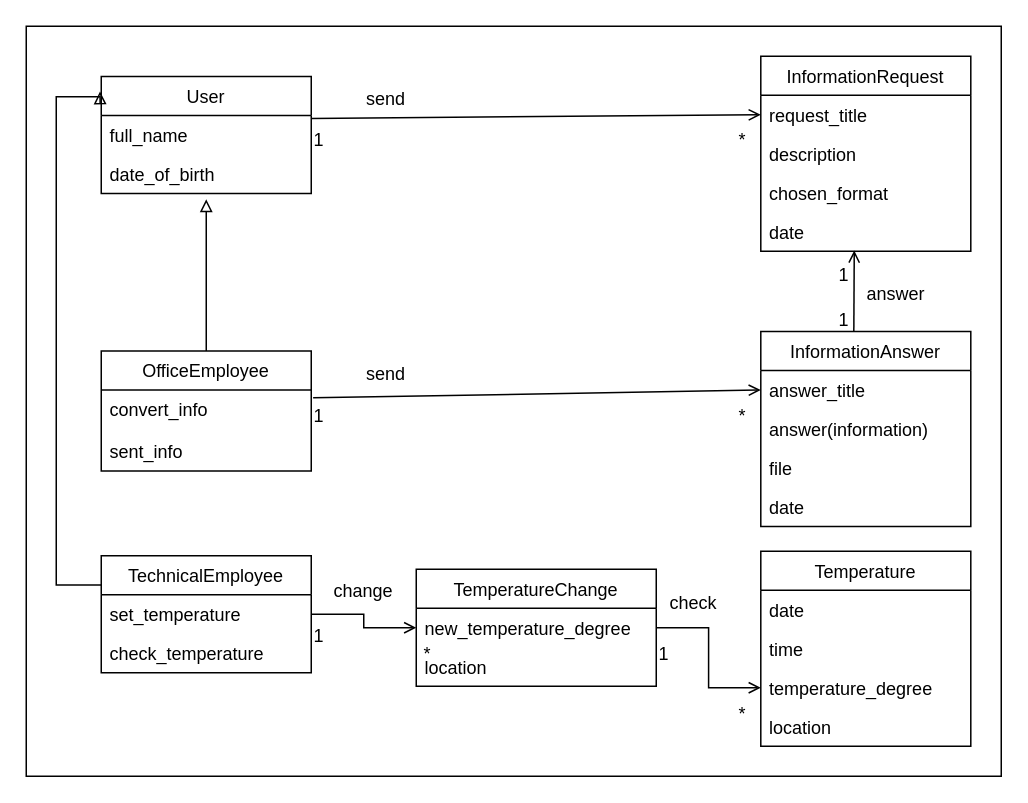
This is 2-SoftwareDesign/2.1-UMLConceptClasses/UMLConceptClasses.drawio from oleksandrblazhko/ai-213-gavrosh, a draw.io file, before an edit. Source tidied: cells renumbered, new cells numbered last; positions are measured from the earlier drawing's top-left corner, leaving out a move shared by most shapes. Both pictures are drawn from the tidied source at 150%, with x=0, y=0 at pixel (26, 26).
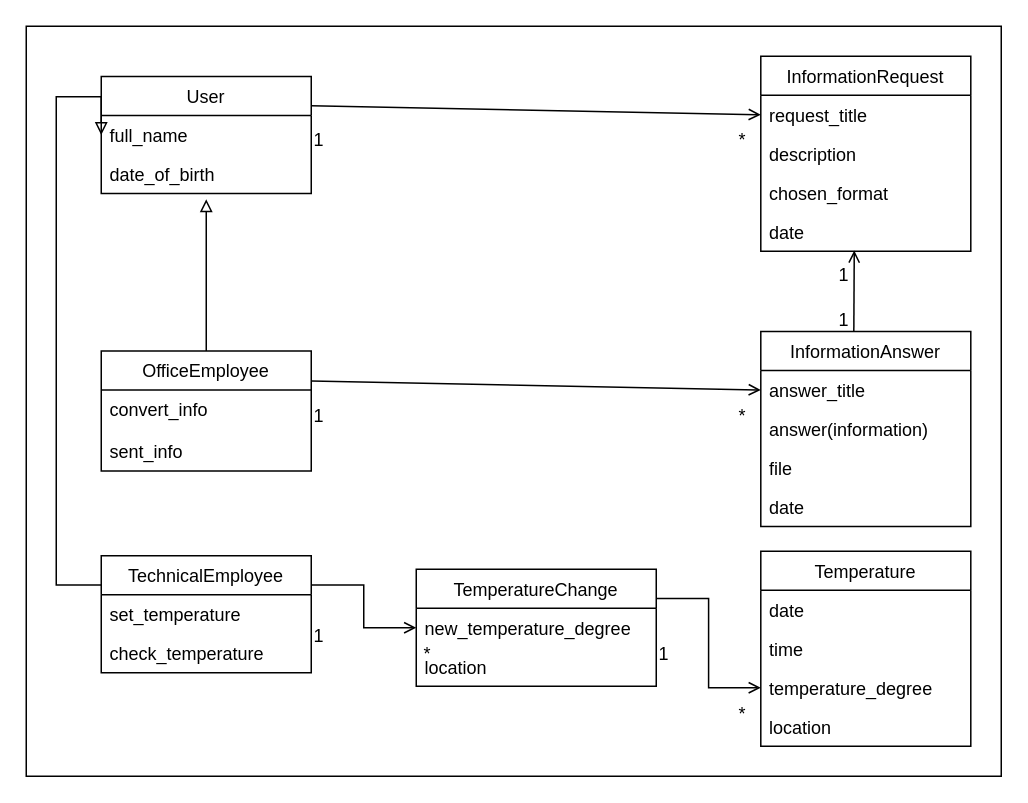
Above is the later version.

Unchanged cells that the change refers to:
```xml
<mxCell id="11" value="User" style="swimlane;fontStyle=0;horizontal=1;startSize=26;fillColor=none;" parent="1" vertex="1">
  <mxGeometry x="50" y="33.5" width="140" height="78" as="geometry" />
</mxCell>
<mxCell id="12" value="full_name" style="text;strokeColor=none;fillColor=none;align=left;verticalAlign=top;spacingLeft=4;spacingRight=4;overflow=hidden;points=[[0,0.5],[1,0.5]];portConstraint=eastwest;" parent="11" vertex="1">
  <mxGeometry y="26" width="140" height="26" as="geometry" />
</mxCell>
<mxCell id="15" value="request_title" style="text;strokeColor=none;fillColor=none;align=left;verticalAlign=top;spacingLeft=4;spacingRight=4;overflow=hidden;points=[[0,0.5],[1,0.5]];portConstraint=eastwest;" parent="14" vertex="1">
  <mxGeometry y="26" width="140" height="26" as="geometry" />
</mxCell>
<mxCell id="19" value="OfficeEmployee" style="swimlane;fontStyle=0;horizontal=1;startSize=26;fillColor=none;" parent="1" vertex="1">
  <mxGeometry x="50" y="216.5" width="140" height="80" as="geometry" />
</mxCell>
<mxCell id="20" value="convert_info&#10;&#10;sent_info" style="text;strokeColor=none;fillColor=none;align=left;verticalAlign=top;spacingLeft=4;spacingRight=4;overflow=hidden;points=[[0,0.5],[1,0.5]];portConstraint=eastwest;" parent="19" vertex="1">
  <mxGeometry y="26" width="140" height="54" as="geometry" />
</mxCell>
<mxCell id="22" value="answer_title" style="text;strokeColor=none;fillColor=none;align=left;verticalAlign=top;spacingLeft=4;spacingRight=4;overflow=hidden;points=[[0,0.5],[1,0.5]];portConstraint=eastwest;" parent="21" vertex="1">
  <mxGeometry y="26" width="140" height="26" as="geometry" />
</mxCell>
<mxCell id="26" value="TechnicalEmployee" style="swimlane;fontStyle=0;horizontal=1;startSize=26;fillColor=none;" parent="1" vertex="1">
  <mxGeometry x="50" y="353" width="140" height="78" as="geometry" />
</mxCell>
<mxCell id="27" value="set_temperature" style="text;strokeColor=none;fillColor=none;align=left;verticalAlign=top;spacingLeft=4;spacingRight=4;overflow=hidden;points=[[0,0.5],[1,0.5]];portConstraint=eastwest;" parent="26" vertex="1">
  <mxGeometry y="26" width="140" height="26" as="geometry" />
</mxCell>
<mxCell id="32" value="temperature_degree" style="text;strokeColor=none;fillColor=none;align=left;verticalAlign=top;spacingLeft=4;spacingRight=4;overflow=hidden;points=[[0,0.5],[1,0.5]];portConstraint=eastwest;" parent="29" vertex="1">
  <mxGeometry y="78" width="140" height="26" as="geometry" />
</mxCell>
<mxCell id="43" value="TemperatureChange" style="swimlane;fontStyle=0;horizontal=1;startSize=26;fillColor=none;" parent="1" vertex="1">
  <mxGeometry x="260" y="362" width="160" height="78" as="geometry" />
</mxCell>
<mxCell id="44" value="new_temperature_degree" style="text;strokeColor=none;fillColor=none;align=left;verticalAlign=top;spacingLeft=4;spacingRight=4;overflow=hidden;points=[[0,0.5],[1,0.5]];portConstraint=eastwest;" parent="43" vertex="1">
  <mxGeometry y="26" width="160" height="26" as="geometry" />
</mxCell>
```

Change to the diagram source:
```diff
@@
-    <mxCell id="34" style="rounded=0;jettySize=auto;html=1;exitX=1;exitY=0.077;exitDx=0;exitDy=0;entryX=0;entryY=0.5;entryDx=0;entryDy=0;exitPerimeter=0;endArrow=open;endFill=0;" parent="1" edge="1" source="12" target="15">
+    <mxCell id="34" style="rounded=0;jettySize=auto;html=1;exitX=1;exitY=0.25;exitDx=0;exitDy=0;entryX=0;entryY=0.5;entryDx=0;entryDy=0;endArrow=open;endFill=0;" parent="1" edge="1" source="11" target="15">
       <mxGeometry relative="1" as="geometry" />
     </mxCell>
-    <mxCell id="35" value="send" style="text;html=1;strokeColor=none;fillColor=none;align=center;verticalAlign=middle;whiteSpace=wrap;rounded=0;" parent="1" vertex="1">
-      <mxGeometry x="210" y="33.5" width="60" height="30" as="geometry" />
-    </mxCell>
-    <mxCell id="36" style="rounded=0;jettySize=auto;html=1;exitX=1.009;exitY=0.097;exitDx=0;exitDy=0;entryX=0;entryY=0.5;entryDx=0;entryDy=0;exitPerimeter=0;endArrow=open;endFill=0;" parent="1" edge="1" source="20" target="22">
+    <mxCell id="36" style="rounded=0;jettySize=auto;html=1;exitX=1;exitY=0.25;exitDx=0;exitDy=0;entryX=0;entryY=0.5;entryDx=0;entryDy=0;endArrow=open;endFill=0;" parent="1" edge="1" source="19" target="22">
       <mxGeometry relative="1" as="geometry" />
     </mxCell>
-    <mxCell id="37" value="send" style="text;html=1;strokeColor=none;fillColor=none;align=center;verticalAlign=middle;whiteSpace=wrap;rounded=0;" parent="1" vertex="1">
-      <mxGeometry x="210" y="216.5" width="60" height="30" as="geometry" />
-    </mxCell>
-    <mxCell id="38" value="answer" style="text;html=1;strokeColor=none;fillColor=none;align=center;verticalAlign=middle;whiteSpace=wrap;rounded=0;" parent="1" vertex="1">
-      <mxGeometry x="549.8" y="163.5" width="60" height="30" as="geometry" />
-    </mxCell>
-    <mxCell id="39" value="change" style="text;html=1;strokeColor=none;fillColor=none;align=center;verticalAlign=middle;whiteSpace=wrap;rounded=0;" parent="1" vertex="1">
-      <mxGeometry x="200" y="362" width="50" height="30" as="geometry" />
-    </mxCell>
-    <mxCell id="40" style="edgeStyle=orthogonalEdgeStyle;rounded=0;jettySize=auto;html=1;exitX=0;exitY=0.25;exitDx=0;exitDy=0;entryX=-0.006;entryY=0.128;entryDx=0;entryDy=0;entryPerimeter=0;endArrow=block;endFill=0;" parent="1" edge="1" source="26" target="11">
+    <mxCell id="40" style="edgeStyle=orthogonalEdgeStyle;rounded=0;jettySize=auto;html=1;exitX=0;exitY=0.25;exitDx=0;exitDy=0;entryX=0;entryY=0.5;entryDx=0;entryDy=0;endArrow=block;endFill=0;" parent="1" edge="1" source="26" target="12">
       <mxGeometry relative="1" as="geometry">
         <Array as="points">
           <mxPoint x="20" y="373" />
           <mxPoint x="20" y="47" />
+          <mxPoint x="50" y="47" />
         </Array>
       </mxGeometry>
     </mxCell>
@@
-    <mxCell id="46" style="edgeStyle=orthogonalEdgeStyle;rounded=0;jettySize=auto;html=1;exitX=1;exitY=0.5;exitDx=0;exitDy=0;entryX=0;entryY=0.5;entryDx=0;entryDy=0;endArrow=open;endFill=0;" parent="1" edge="1" source="27" target="44">
+    <mxCell id="46" style="edgeStyle=orthogonalEdgeStyle;rounded=0;jettySize=auto;html=1;exitX=1;exitY=0.25;exitDx=0;exitDy=0;entryX=0;entryY=0.5;entryDx=0;entryDy=0;endArrow=open;endFill=0;" parent="1" edge="1" source="26" target="44">
       <mxGeometry relative="1" as="geometry" />
     </mxCell>
@@
-    <mxCell id="48" style="edgeStyle=orthogonalEdgeStyle;rounded=0;jettySize=auto;html=1;exitX=1;exitY=0.5;exitDx=0;exitDy=0;entryX=0;entryY=0.5;entryDx=0;entryDy=0;endArrow=open;endFill=0;" parent="1" edge="1" source="44" target="32">
+    <mxCell id="48" style="edgeStyle=orthogonalEdgeStyle;rounded=0;jettySize=auto;html=1;exitX=1;exitY=0.25;exitDx=0;exitDy=0;entryX=0;entryY=0.5;entryDx=0;entryDy=0;endArrow=open;endFill=0;" parent="1" edge="1" source="43" target="32">
       <mxGeometry relative="1" as="geometry" />
     </mxCell>
-    <mxCell id="49" value="check" style="text;html=1;strokeColor=none;fillColor=none;align=center;verticalAlign=middle;whiteSpace=wrap;rounded=0;" parent="1" vertex="1">
-      <mxGeometry x="420" y="370" width="50" height="30" as="geometry" />
-    </mxCell>
```
